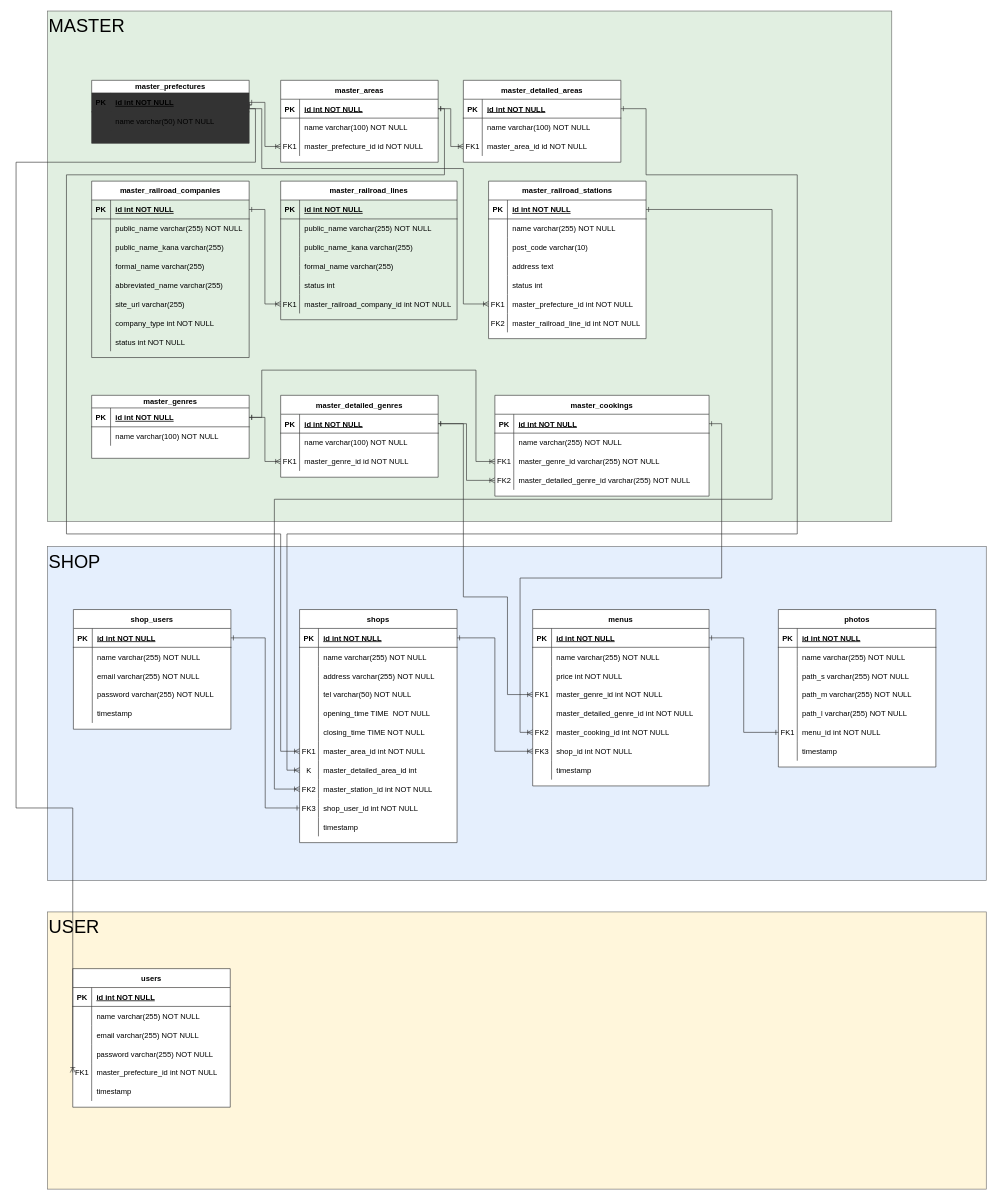
Above: tiffin/tiffin.drawio in kunrenyouAcount/Tiffin_ver.3 (draw.io), before the change. Source tidied: cells renumbered, new cells numbered last; positions are measured from the earlier drawing's top-left corner, leaving out a move shared by most shapes. Both pictures are drawn from the tidied source at 63%, with x=0, y=0 at pixel (16, 11).
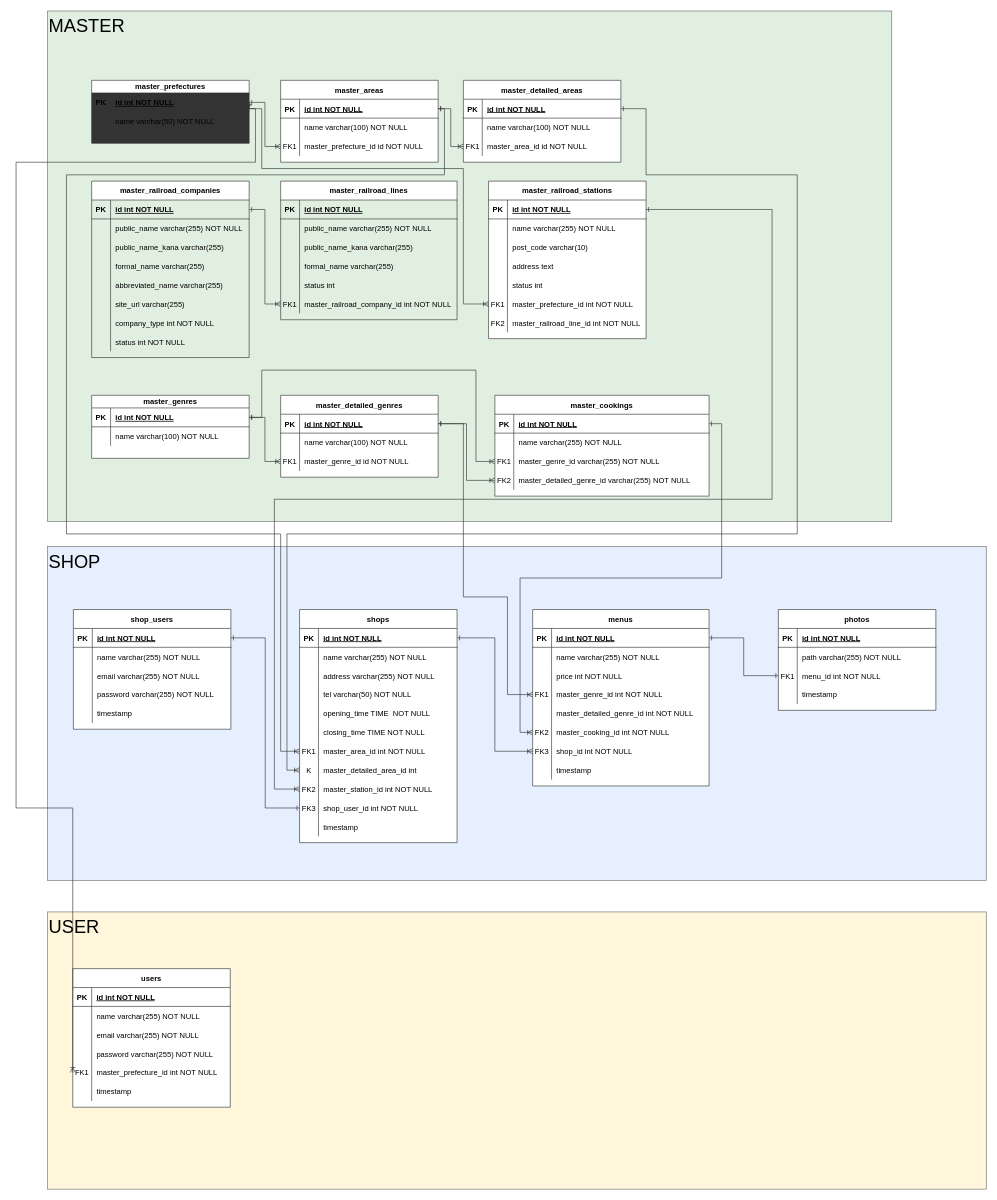
The same diagram, later.

Commit message (it also covers changes not shown here):
初期投入データとER図を修正

What changed in the source:
```diff
@@
     <mxCell id="115" value="photos" style="shape=table;startSize=30;childLayout=tableLayout;rowLines=0;fontStyle=1;align=center;strokeColor=#333333;swimlaneFillColor=default;" parent="1" vertex="1">
-      <mxGeometry x="1210" y="950" width="250" height="250" as="geometry" />
+      <mxGeometry x="1210" y="950" width="250" height="160" as="geometry" />
     </mxCell>
@@
-    <mxCell id="119" style="shape=partialRectangle;fillColor=none;top=0;left=0;right=0;bottom=0;strokeColor=#333333;" parent="115" vertex="1">
-      <mxGeometry y="60" width="250" height="30" as="geometry" />
-    </mxCell>
-    <mxCell id="120" style="shape=partialRectangle;overflow=hidden;fillColor=none;top=0;left=0;bottom=0;right=0;strokeColor=#333333;" parent="119" vertex="1">
-      <mxGeometry width="30" height="30" as="geometry" />
-    </mxCell>
-    <mxCell id="121" value="name varchar(255) NOT NULL" style="shape=partialRectangle;overflow=hidden;fillColor=none;top=0;left=0;bottom=0;right=0;align=left;spacingLeft=6;strokeColor=#333333;" parent="119" vertex="1">
-      <mxGeometry x="30" width="220" height="30" as="geometry" />
-    </mxCell>
-    <mxCell id="122" style="shape=partialRectangle;fillColor=none;top=0;left=0;right=0;bottom=0;strokeColor=#333333;" parent="115" vertex="1">
-      <mxGeometry y="90" width="250" height="30" as="geometry" />
-    </mxCell>
-    <mxCell id="123" style="shape=partialRectangle;overflow=hidden;fillColor=none;top=0;left=0;bottom=0;right=0;strokeColor=#333333;" parent="122" vertex="1">
-      <mxGeometry width="30" height="30" as="geometry" />
-    </mxCell>
-    <mxCell id="124" value="path_s varchar(255) NOT NULL" style="shape=partialRectangle;overflow=hidden;fillColor=none;top=0;left=0;bottom=0;right=0;align=left;spacingLeft=6;strokeColor=#333333;" parent="122" vertex="1">
-      <mxGeometry x="30" width="220" height="30" as="geometry" />
-    </mxCell>
-    <mxCell id="125" style="shape=partialRectangle;fillColor=none;top=0;left=0;right=0;bottom=0;strokeColor=#333333;" parent="115" vertex="1">
-      <mxGeometry y="120" width="250" height="30" as="geometry" />
-    </mxCell>
-    <mxCell id="126" style="shape=partialRectangle;overflow=hidden;fillColor=none;top=0;left=0;bottom=0;right=0;strokeColor=#333333;" parent="125" vertex="1">
-      <mxGeometry width="30" height="30" as="geometry" />
-    </mxCell>
-    <mxCell id="127" value="path_m varchar(255) NOT NULL" style="shape=partialRectangle;overflow=hidden;fillColor=none;top=0;left=0;bottom=0;right=0;align=left;spacingLeft=6;strokeColor=#333333;" parent="125" vertex="1">
-      <mxGeometry x="30" width="220" height="30" as="geometry" />
-    </mxCell>
     <mxCell id="128" style="shape=partialRectangle;fillColor=none;top=0;left=0;right=0;bottom=0;strokeColor=#333333;" parent="115" vertex="1">
-      <mxGeometry y="150" width="250" height="30" as="geometry" />
+      <mxGeometry y="60" width="250" height="30" as="geometry" />
     </mxCell>
@@
-    <mxCell id="130" value="path_l varchar(255) NOT NULL" style="shape=partialRectangle;overflow=hidden;fillColor=none;top=0;left=0;bottom=0;right=0;align=left;spacingLeft=6;strokeColor=#333333;" parent="128" vertex="1">
+    <mxCell id="130" value="path varchar(255) NOT NULL" style="shape=partialRectangle;overflow=hidden;fillColor=none;top=0;left=0;bottom=0;right=0;align=left;spacingLeft=6;strokeColor=#333333;" parent="128" vertex="1">
       <mxGeometry x="30" width="220" height="30" as="geometry" />
     </mxCell>
     <mxCell id="131" style="shape=partialRectangle;fillColor=none;points=[[0,0.5],[1,0.5]];portConstraint=eastwest;top=0;left=0;right=0;bottom=0;strokeColor=#333333;" parent="115" vertex="1">
-      <mxGeometry y="180" width="250" height="30" as="geometry" />
+      <mxGeometry y="90" width="250" height="30" as="geometry" />
     </mxCell>
@@
     <mxCell id="134" style="shape=partialRectangle;fillColor=none;top=0;left=0;right=0;bottom=0;strokeColor=#333333;" parent="115" vertex="1">
-      <mxGeometry y="210" width="250" height="30" as="geometry" />
+      <mxGeometry y="120" width="250" height="30" as="geometry" />
     </mxCell>
```
